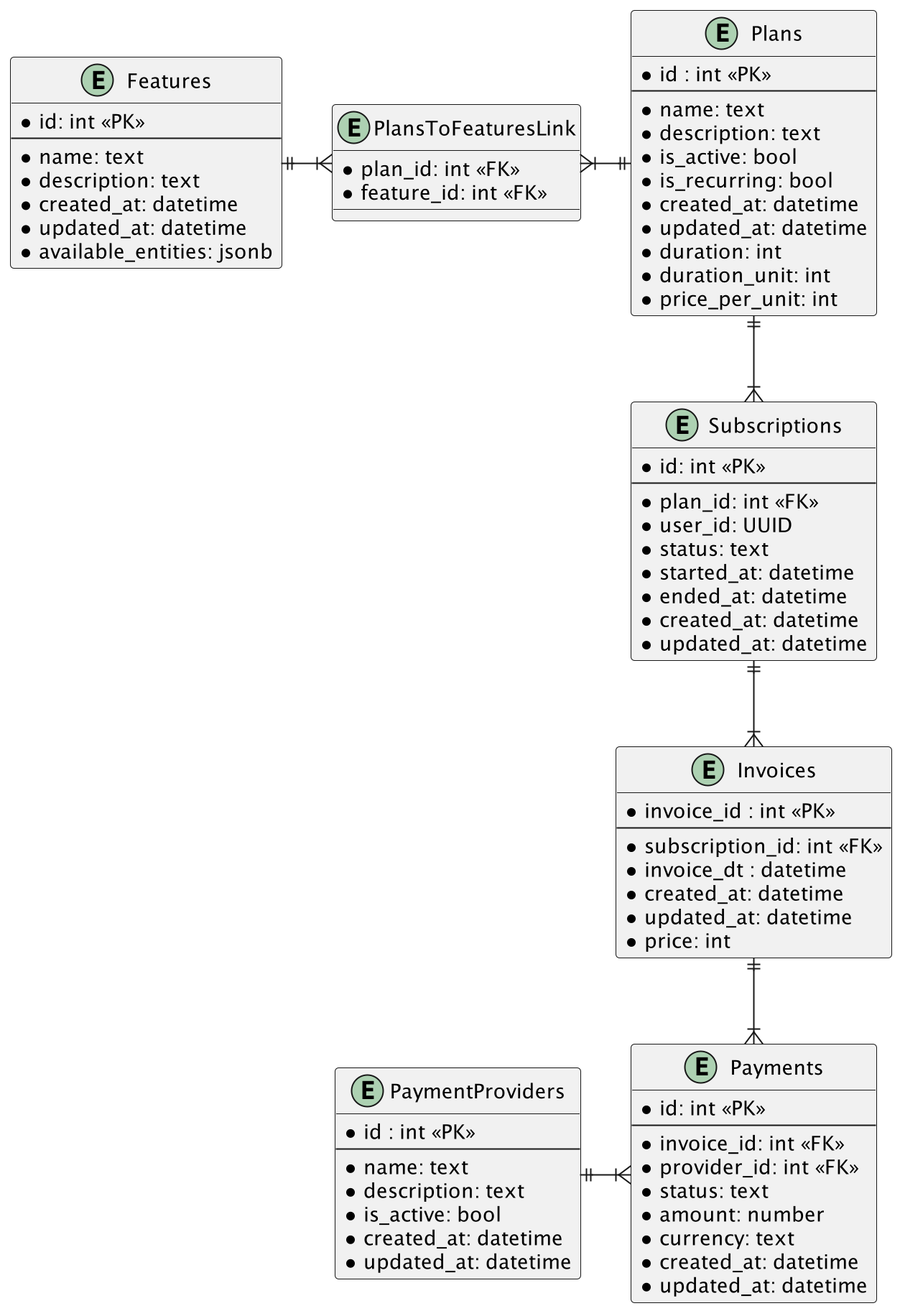
AlexanderZharyuk/billing-service keeps this PlantUML diagram as architecture/db_entities.png. Above is the earlier version. Its source is kept beside it as architecture/db_entities.puml.
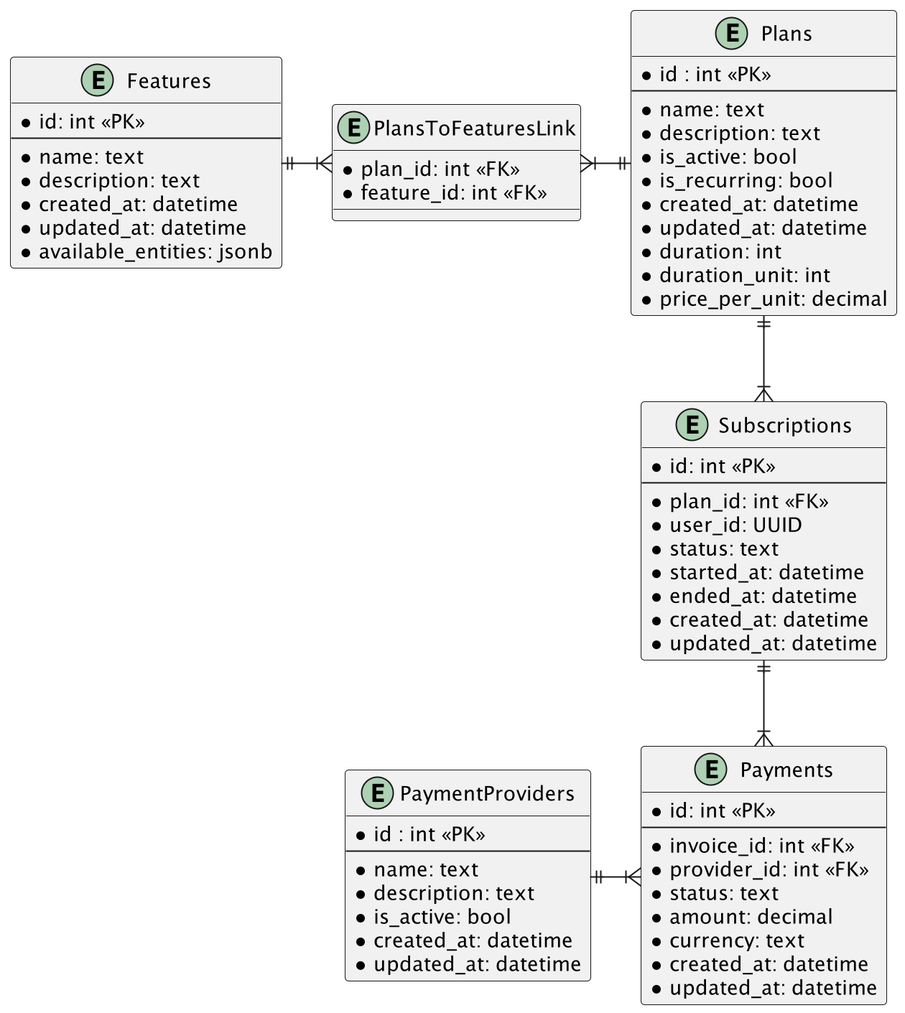
Above is the later version.

Commit message:
[diploma][task #1] no invoices, decimal money fields

The edit, as a diff of the source:
```diff
@@ -1,15 +1,5 @@
 @startuml
 skinparam linetype ortho
-
-entity "Invoices" as invoice {
-  *invoice_id : int <<PK>>
-  --
-  *subscription_id: int <<FK>>
-  *invoice_dt : datetime
-  *created_at: datetime
-  *updated_at: datetime
-  *price: int
-}
 
 entity "Subscriptions" as subscription {
   *id: int <<PK>>
@@ -34,7 +24,7 @@
   *updated_at: datetime
   *duration: int
   *duration_unit: int
-  *price_per_unit: int
+  *price_per_unit: decimal
 }
 
 
@@ -44,7 +34,7 @@
   *invoice_id: int <<FK>>
   *provider_id: int <<FK>>
   *status: text
-  *amount: number
+  *amount: decimal
   *currency: text
   *created_at: datetime
   *updated_at: datetime
@@ -78,9 +68,8 @@
   *feature_id: int <<FK>>
 }
 
-invoice }|-up-|| subscription
+payment }|-up-|| subscription
 subscription }|-up-|| plan
-invoice ||--|{ payment
 payment }|-left-|| provider
 plan ||-left-|{ plan_features
 plan_features }|-left-|| feature
```
